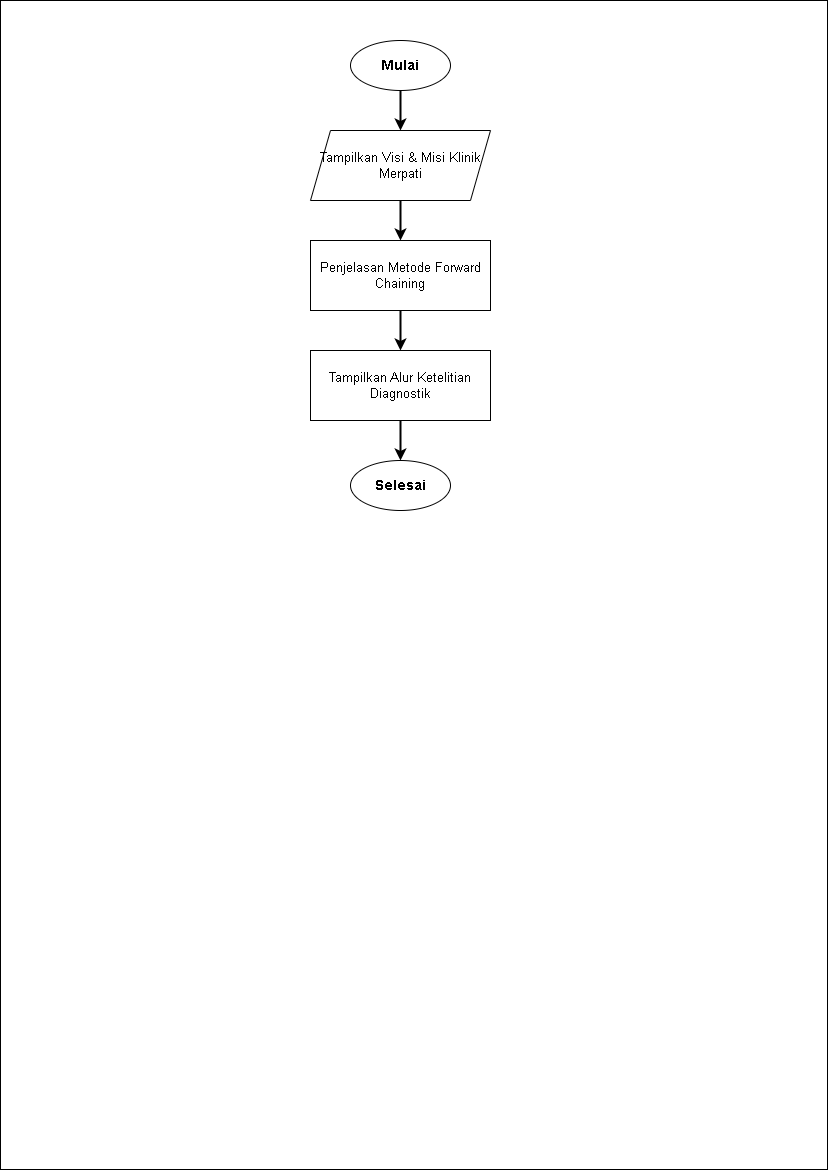
Jinsky/Jinsky keeps this draw.io diagram as diagram/flowchart/tentang_kami.png. Above is the earlier version. Source tidied: cells renumbered, new cells last; positions are measured from the earlier drawing's top-left corner, leaving out a move shared by most shapes. Source of this version:
```xml
<mxGraphModel>
  <root>
    <mxCell id="0" vertex="1">
      <mxGeometry as="geometry" />
    </mxCell>
    <mxCell id="1" parent="0" vertex="1">
      <mxGeometry as="geometry" />
    </mxCell>
    <mxCell id="2" style="rounded=0;whiteSpace=wrap;html=1;" parent="1" vertex="1">
      <mxGeometry width="827" height="1169" as="geometry" />
    </mxCell>
    <mxCell id="3" value="Mulai" style="ellipse;whiteSpace=wrap;html=1;fontStyle=1;fontSize=14;" parent="1" vertex="1">
      <mxGeometry x="350" y="40" width="100" height="50" as="geometry" />
    </mxCell>
    <mxCell id="4" value="Tampilkan Visi &amp; Misi Klinik Merpati" style="shape=parallelogram;perimeter=parallelogramPerimeter;whiteSpace=wrap;html=1;fixedSize=1;fontSize=13;" parent="1" vertex="1">
      <mxGeometry x="310" y="130" width="180" height="70" as="geometry" />
    </mxCell>
    <mxCell id="5" value="Penjelasan Metode Forward Chaining" style="rounded=0;whiteSpace=wrap;html=1;fontSize=13;" parent="1" vertex="1">
      <mxGeometry x="310" y="240" width="180" height="70" as="geometry" />
    </mxCell>
    <mxCell id="6" value="Tampilkan Alur Ketelitian Diagnostik" style="rounded=0;whiteSpace=wrap;html=1;fontSize=13;" parent="1" vertex="1">
      <mxGeometry x="310" y="350" width="180" height="70" as="geometry" />
    </mxCell>
    <mxCell id="7" value="Selesai" style="ellipse;whiteSpace=wrap;html=1;fontStyle=1;fontSize=14;" parent="1" vertex="1">
      <mxGeometry x="350" y="460" width="100" height="50" as="geometry" />
    </mxCell>
    <mxCell id="8" style="edgeStyle=orthogonalEdgeStyle;rounded=1;jettySize=auto;html=1;strokeWidth=2;" parent="1" edge="1" source="3" target="4">
      <mxGeometry relative="1" as="geometry" />
    </mxCell>
    <mxCell id="9" style="edgeStyle=orthogonalEdgeStyle;rounded=1;jettySize=auto;html=1;strokeWidth=2;" parent="1" edge="1" source="4" target="5">
      <mxGeometry relative="1" as="geometry" />
    </mxCell>
    <mxCell id="10" style="edgeStyle=orthogonalEdgeStyle;rounded=1;jettySize=auto;html=1;strokeWidth=2;" parent="1" edge="1" source="5" target="6">
      <mxGeometry relative="1" as="geometry" />
    </mxCell>
    <mxCell id="11" style="edgeStyle=orthogonalEdgeStyle;rounded=1;jettySize=auto;html=1;strokeWidth=2;" parent="1" edge="1" source="6" target="7">
      <mxGeometry relative="1" as="geometry" />
    </mxCell>
  </root>
</mxGraphModel>
```
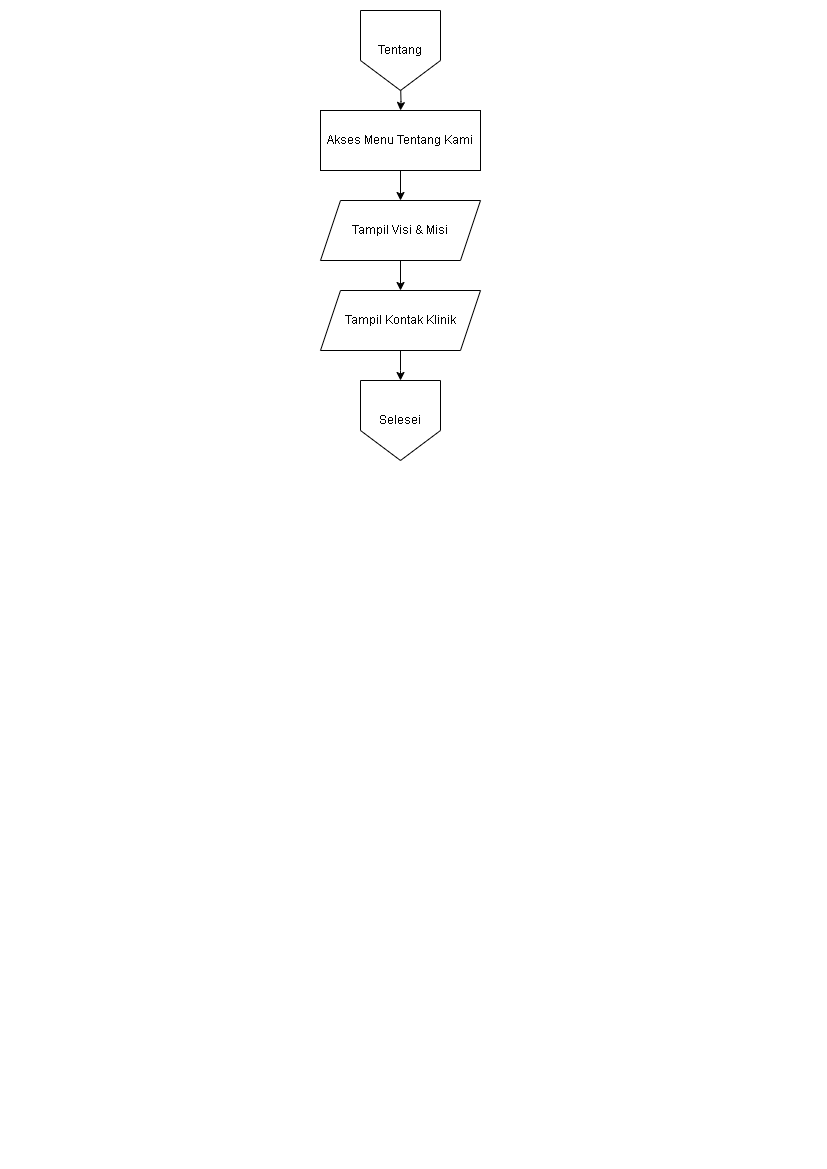
The same file after the commit.

Commit message:
Update flowchart diagrams for Konsultasi, Riwayat, and Tentang Kami

Diff of the diagram source:
```diff
@@ -1,40 +1,40 @@
 <mxGraphModel>
   <root>
-    <mxCell id="0" vertex="1">
-      <mxGeometry as="geometry" />
-    </mxCell>
+    <mxCell id="0" />
-    <mxCell id="1" parent="0" vertex="1">
-      <mxGeometry as="geometry" />
-    </mxCell>
+    <mxCell id="1" parent="0" />
-    <mxCell id="2" style="rounded=0;whiteSpace=wrap;html=1;" parent="1" vertex="1">
+    <mxCell id="2" style="rounded=0;whiteSpace=wrap;html=1;fillColor=#ffffff;strokeColor=none;" parent="1" vertex="1">
       <mxGeometry width="827" height="1169" as="geometry" />
     </mxCell>
-    <mxCell id="3" value="Mulai" style="ellipse;whiteSpace=wrap;html=1;fontStyle=1;fontSize=14;" parent="1" vertex="1">
-      <mxGeometry x="350" y="40" width="100" height="50" as="geometry" />
-    </mxCell>
-    <mxCell id="4" value="Tampilkan Visi &amp; Misi Klinik Merpati" style="shape=parallelogram;perimeter=parallelogramPerimeter;whiteSpace=wrap;html=1;fixedSize=1;fontSize=13;" parent="1" vertex="1">
-      <mxGeometry x="310" y="130" width="180" height="70" as="geometry" />
-    </mxCell>
-    <mxCell id="5" value="Penjelasan Metode Forward Chaining" style="rounded=0;whiteSpace=wrap;html=1;fontSize=13;" parent="1" vertex="1">
-      <mxGeometry x="310" y="240" width="180" height="70" as="geometry" />
-    </mxCell>
-    <mxCell id="6" value="Tampilkan Alur Ketelitian Diagnostik" style="rounded=0;whiteSpace=wrap;html=1;fontSize=13;" parent="1" vertex="1">
-      <mxGeometry x="310" y="350" width="180" height="70" as="geometry" />
-    </mxCell>
-    <mxCell id="7" value="Selesai" style="ellipse;whiteSpace=wrap;html=1;fontStyle=1;fontSize=14;" parent="1" vertex="1">
-      <mxGeometry x="350" y="460" width="100" height="50" as="geometry" />
-    </mxCell>
+    <mxCell id="12" value="Akses Menu Tentang Kami" style="rounded=0;whiteSpace=wrap;html=1;fontSize=12;fillColor=#ffffff;strokeColor=#000000;" parent="1" vertex="1">
+      <mxGeometry x="320" y="110" width="160" height="60" as="geometry" />
+    </mxCell>
+    <mxCell id="13" value="Tampil Visi &amp; Misi" style="shape=parallelogram;perimeter=parallelogramPerimeter;whiteSpace=wrap;html=1;fixedSize=1;fontSize=12;fillColor=#ffffff;strokeColor=#000000;" parent="1" vertex="1">
+      <mxGeometry x="320" y="200" width="160" height="60" as="geometry" />
+    </mxCell>
+    <mxCell id="14" value="Tampil Kontak Klinik" style="shape=parallelogram;perimeter=parallelogramPerimeter;whiteSpace=wrap;html=1;fixedSize=1;fontSize=12;fillColor=#ffffff;strokeColor=#000000;" parent="1" vertex="1">
+      <mxGeometry x="320" y="290" width="160" height="60" as="geometry" />
+    </mxCell>
-    <mxCell id="8" style="edgeStyle=orthogonalEdgeStyle;rounded=1;jettySize=auto;html=1;strokeWidth=2;" parent="1" edge="1" source="3" target="4">
-      <mxGeometry relative="1" as="geometry" />
+    <mxCell id="8" style="edgeStyle=orthogonalEdgeStyle;rounded=0;jettySize=auto;html=1;strokeColor=#000000;fontSize=11;" parent="1" edge="1" target="12">
+      <mxGeometry relative="1" as="geometry">
+        <mxPoint x="400" y="80" as="sourcePoint" />
+      </mxGeometry>
     </mxCell>
-    <mxCell id="9" style="edgeStyle=orthogonalEdgeStyle;rounded=1;jettySize=auto;html=1;strokeWidth=2;" parent="1" edge="1" source="4" target="5">
+    <mxCell id="9" style="edgeStyle=orthogonalEdgeStyle;rounded=0;jettySize=auto;html=1;strokeColor=#000000;fontSize=11;" parent="1" edge="1" source="12" target="13">
       <mxGeometry relative="1" as="geometry" />
     </mxCell>
-    <mxCell id="10" style="edgeStyle=orthogonalEdgeStyle;rounded=1;jettySize=auto;html=1;strokeWidth=2;" parent="1" edge="1" source="5" target="6">
+    <mxCell id="10" style="edgeStyle=orthogonalEdgeStyle;rounded=0;jettySize=auto;html=1;strokeColor=#000000;fontSize=11;" parent="1" edge="1" source="13" target="14">
       <mxGeometry relative="1" as="geometry" />
     </mxCell>
-    <mxCell id="11" style="edgeStyle=orthogonalEdgeStyle;rounded=1;jettySize=auto;html=1;strokeWidth=2;" parent="1" edge="1" source="6" target="7">
-      <mxGeometry relative="1" as="geometry" />
+    <mxCell id="11" style="edgeStyle=orthogonalEdgeStyle;rounded=0;jettySize=auto;html=1;strokeColor=#000000;fontSize=11;" parent="1" edge="1" source="14">
+      <mxGeometry relative="1" as="geometry">
+        <mxPoint x="400" y="380" as="targetPoint" />
+      </mxGeometry>
     </mxCell>
+    <mxCell id="15" value="Tentang" style="shape=offPageConnector;whiteSpace=wrap;html=1;" parent="1" vertex="1">
+      <mxGeometry x="360" y="10" width="80" height="80" as="geometry" />
+    </mxCell>
+    <mxCell id="16" value="Selesei" style="shape=offPageConnector;whiteSpace=wrap;html=1;" parent="1" vertex="1">
+      <mxGeometry x="360" y="380" width="80" height="80" as="geometry" />
+    </mxCell>
   </root>
 </mxGraphModel>
```
